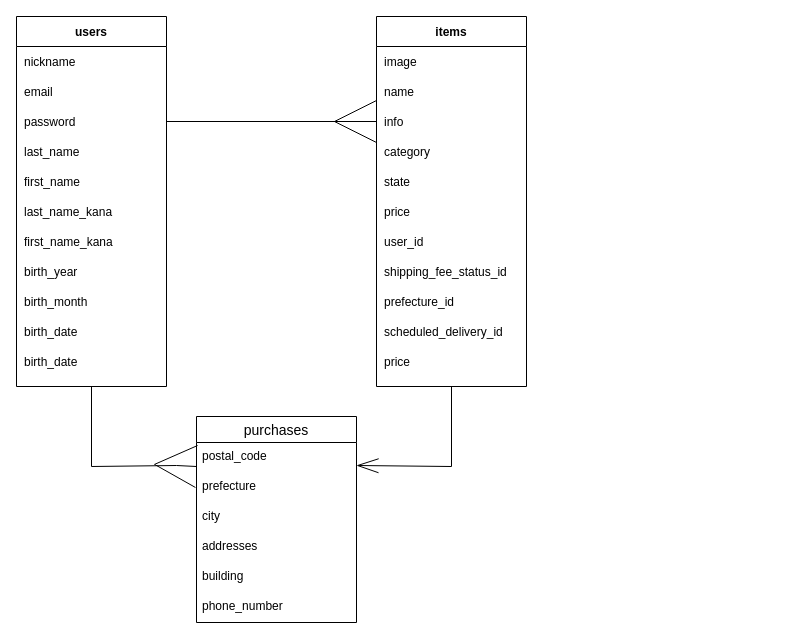
The draw.io diagram ER.dio in yokichioshima/furima-37359, before the edit. Source tidied: cells renumbered, new cells numbered last; positions are measured from the earlier drawing's top-left corner, leaving out a move shared by most shapes. Both pictures are drawn from the tidied source at 100%, with x=0, y=0 at pixel (16, 16).
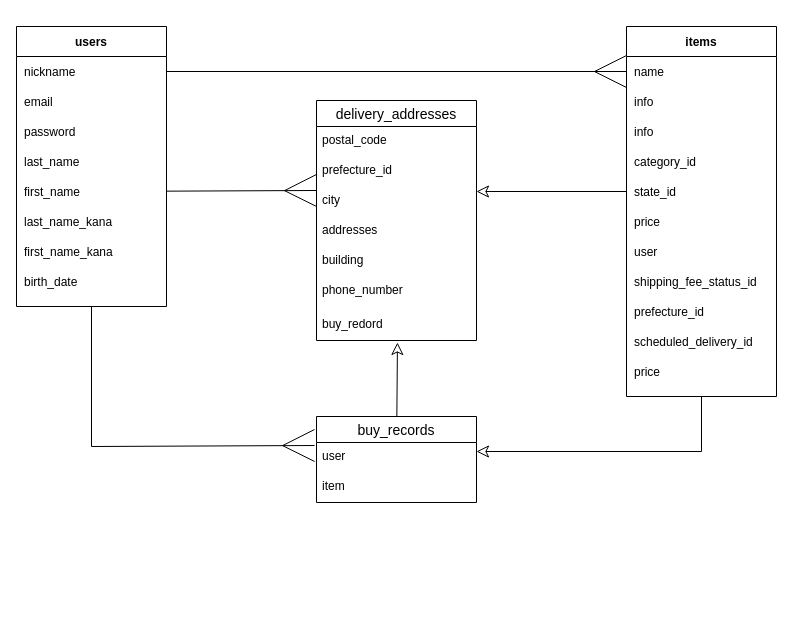
After the change.

Commit message (it also covers changes not shown here):
ER図とREADMEファイルの修正1

The change refers to these unchanged cells:
```xml
<mxCell id="4" style="shape=partialRectangle;fillColor=none;top=0;left=0;bottom=0;right=0;points=[[0,0.5],[1,0.5]];portConstraint=eastwest;" parent="3" vertex="1">
  <mxGeometry y="30" width="150" height="30" as="geometry" />
</mxCell>
<mxCell id="8" style="shape=partialRectangle;fillColor=none;top=0;left=0;bottom=0;right=0;points=[[0,0.5],[1,0.5]];portConstraint=eastwest;" parent="3" vertex="1">
  <mxGeometry y="90" width="150" height="30" as="geometry" />
</mxCell>
<mxCell id="12" style="shape=partialRectangle;fillColor=none;top=0;left=0;bottom=0;right=0;points=[[0,0.5],[1,0.5]];portConstraint=eastwest;" parent="3" vertex="1">
  <mxGeometry y="150" width="150" height="30" as="geometry" />
</mxCell>
<mxCell id="32" style="shape=partialRectangle;fillColor=none;top=0;left=0;bottom=0;right=0;points=[[0,0.5],[1,0.5]];portConstraint=eastwest;" parent="27" vertex="1">
  <mxGeometry y="90" width="150" height="30" as="geometry" />
</mxCell>
<mxCell id="34" style="shape=partialRectangle;fillColor=none;top=0;left=0;bottom=0;right=0;" parent="27" vertex="1">
  <mxGeometry y="120" width="150" height="30" as="geometry" />
</mxCell>
<mxCell id="36" style="shape=partialRectangle;fillColor=none;top=0;left=0;bottom=0;right=0;points=[[0,0.5],[1,0.5]];portConstraint=eastwest;" parent="27" vertex="1">
  <mxGeometry y="150" width="150" height="30" as="geometry" />
</mxCell>
<mxCell id="40" style="shape=partialRectangle;fillColor=none;top=0;left=0;bottom=0;right=0;" parent="27" vertex="1">
  <mxGeometry y="210" width="150" height="30" as="geometry" />
</mxCell>
```

The edit, as a diff of the source:
```diff
@@
-    <mxCell id="2" style="edgeStyle=none;html=1;exitX=0.5;exitY=1;exitDx=0;exitDy=0;startArrow=none;startFill=0;endArrow=ERmany;endFill=0;endSize=40;targetPerimeterSpacing=0;entryX=0;entryY=0.8;entryDx=0;entryDy=0;entryPerimeter=0;rounded=0;" parent="1" edge="1" source="3" target="52">
+    <mxCell id="2" style="edgeStyle=none;html=1;endArrow=ERmany;endFill=0;endSize=30;entryX=-0.012;entryY=0.1;entryDx=0;entryDy=0;entryPerimeter=0;rounded=0;" parent="1" edge="1" source="3" target="52">
       <mxGeometry relative="1" as="geometry">
         <Array as="points">
-          <mxPoint x="75" y="450" />
-          <mxPoint x="160" y="449" />
+          <mxPoint x="75" y="430" />
         </Array>
       </mxGeometry>
     </mxCell>
     <mxCell id="3" value="users" style="shape=table;startSize=30;childLayout=tableLayout;rowLines=0;fontStyle=1;align=center;" parent="1" vertex="1">
-      <mxGeometry width="150" height="370" as="geometry" />
+      <mxGeometry y="10" width="150" height="280" as="geometry" />
     </mxCell>
@@
-    <mxCell id="18" style="shape=partialRectangle;fillColor=none;top=0;left=0;bottom=0;right=0;" parent="3" vertex="1">
-      <mxGeometry y="240" width="150" height="30" as="geometry" />
-    </mxCell>
-    <mxCell id="19" value="birth_year" style="shape=partialRectangle;fillColor=none;top=0;left=0;bottom=0;right=0;align=left;spacingLeft=6;overflow=hidden;" parent="18" vertex="1">
-      <mxGeometry width="150" height="30" as="geometry" />
-    </mxCell>
-    <mxCell id="20" style="shape=partialRectangle;fillColor=none;top=0;left=0;bottom=0;right=0;" parent="3" vertex="1">
-      <mxGeometry y="270" width="150" height="30" as="geometry" />
-    </mxCell>
-    <mxCell id="21" value="birth_month" style="shape=partialRectangle;fillColor=none;top=0;left=0;bottom=0;right=0;align=left;spacingLeft=6;overflow=hidden;" parent="20" vertex="1">
-      <mxGeometry width="150" height="30" as="geometry" />
-    </mxCell>
-    <mxCell id="22" style="shape=partialRectangle;fillColor=none;top=0;left=0;bottom=0;right=0;" parent="3" vertex="1">
-      <mxGeometry y="300" width="150" height="30" as="geometry" />
-    </mxCell>
-    <mxCell id="23" value="birth_date" style="shape=partialRectangle;fillColor=none;top=0;left=0;bottom=0;right=0;align=left;spacingLeft=6;overflow=hidden;" parent="22" vertex="1">
-      <mxGeometry width="150" height="30" as="geometry" />
-    </mxCell>
     <mxCell id="24" style="shape=partialRectangle;fillColor=none;top=0;left=0;bottom=0;right=0;" parent="3" vertex="1">
-      <mxGeometry y="330" width="150" height="30" as="geometry" />
+      <mxGeometry y="240" width="150" height="30" as="geometry" />
     </mxCell>
@@
-    <mxCell id="26" style="edgeStyle=none;rounded=0;html=1;exitX=0.5;exitY=1;exitDx=0;exitDy=0;startArrow=none;startFill=0;endArrow=openThin;endFill=0;endSize=20;targetPerimeterSpacing=0;entryX=1;entryY=0.767;entryDx=0;entryDy=0;entryPerimeter=0;" parent="1" edge="1" source="27" target="52">
-      <mxGeometry relative="1" as="geometry">
-        <Array as="points">
-          <mxPoint x="435" y="450" />
-        </Array>
-      </mxGeometry>
-    </mxCell>
     <mxCell id="27" value="items" style="shape=table;startSize=30;childLayout=tableLayout;rowLines=0;fontStyle=1;align=center;" parent="1" vertex="1">
-      <mxGeometry x="360" width="150" height="370" as="geometry" />
+      <mxGeometry x="610" y="10" width="150" height="370" as="geometry" />
     </mxCell>
-    <mxCell id="28" style="shape=partialRectangle;fillColor=none;top=0;left=0;bottom=0;right=0;" parent="27" vertex="1">
-      <mxGeometry y="30" width="150" height="30" as="geometry" />
-    </mxCell>
-    <mxCell id="29" value="image" style="shape=partialRectangle;fillColor=none;top=0;left=0;bottom=0;right=0;align=left;spacingLeft=6;overflow=hidden;" parent="28" vertex="1">
-      <mxGeometry width="150" height="30" as="geometry" />
-    </mxCell>
     <mxCell id="30" style="shape=partialRectangle;fillColor=none;top=0;left=0;bottom=0;right=0;points=[[0,0.5],[1,0.5]];portConstraint=eastwest;" parent="27" vertex="1">
-      <mxGeometry y="60" width="150" height="30" as="geometry" />
+      <mxGeometry y="30" width="150" height="30" as="geometry" />
     </mxCell>
@@
+    <mxCell id="58" style="shape=partialRectangle;fillColor=none;top=0;left=0;bottom=0;right=0;" parent="27" vertex="1">
+      <mxGeometry y="60" width="150" height="30" as="geometry" />
+    </mxCell>
+    <mxCell id="59" value="info" style="shape=partialRectangle;fillColor=none;top=0;left=0;bottom=0;right=0;align=left;spacingLeft=6;overflow=hidden;" parent="58" vertex="1">
+      <mxGeometry width="150" height="30" as="geometry" />
+    </mxCell>
@@
-    <mxCell id="35" value="category" style="shape=partialRectangle;fillColor=none;top=0;left=0;bottom=0;right=0;align=left;spacingLeft=6;overflow=hidden;" parent="34" vertex="1">
+    <mxCell id="35" value="category_id" style="shape=partialRectangle;fillColor=none;top=0;left=0;bottom=0;right=0;align=left;spacingLeft=6;overflow=hidden;" parent="34" vertex="1">
       <mxGeometry width="150" height="30" as="geometry" />
     </mxCell>
@@
-    <mxCell id="37" value="state" style="shape=partialRectangle;fillColor=none;top=0;left=0;bottom=0;right=0;align=left;spacingLeft=6;overflow=hidden;" parent="36" vertex="1">
+    <mxCell id="37" value="state_id" style="shape=partialRectangle;fillColor=none;top=0;left=0;bottom=0;right=0;align=left;spacingLeft=6;overflow=hidden;" parent="36" vertex="1">
       <mxGeometry width="150" height="30" as="geometry" />
     </mxCell>
@@
-    <mxCell id="41" value="user_id" style="shape=partialRectangle;fillColor=none;top=0;left=0;bottom=0;right=0;align=left;spacingLeft=6;overflow=hidden;" parent="40" vertex="1">
+    <mxCell id="41" value="user" style="shape=partialRectangle;fillColor=none;top=0;left=0;bottom=0;right=0;align=left;spacingLeft=6;overflow=hidden;" parent="40" vertex="1">
       <mxGeometry width="150" height="30" as="geometry" />
     </mxCell>
@@
-    <mxCell id="50" style="edgeStyle=none;html=1;exitX=1;exitY=0.5;exitDx=0;exitDy=0;targetPerimeterSpacing=0;endSize=40;startArrow=none;startFill=0;endArrow=ERmany;endFill=0;" parent="1" edge="1" source="8" target="32">
-      <mxGeometry relative="1" as="geometry" />
-    </mxCell>
+    <mxCell id="60" style="edgeStyle=none;html=1;endArrow=classic;endFill=0;endSize=10;entryX=0.506;entryY=1.067;entryDx=0;entryDy=0;entryPerimeter=0;" parent="1" edge="1" source="51" target="64">
+      <mxGeometry relative="1" as="geometry" />
+    </mxCell>
-    <mxCell id="51" value="purchases" style="swimlane;fontStyle=0;horizontal=1;startSize=26;align=center;fontSize=14;" parent="1" vertex="1">
-      <mxGeometry x="180" y="400" width="160" height="206" as="geometry" />
+    <mxCell id="51" value="buy_records" style="swimlane;fontStyle=0;horizontal=1;startSize=26;align=center;fontSize=14;" parent="1" vertex="1">
+      <mxGeometry x="300" y="400" width="160" height="86" as="geometry" />
     </mxCell>
-    <mxCell id="52" value="postal_code" style="text;strokeColor=none;fillColor=none;spacingLeft=4;spacingRight=4;overflow=hidden;points=[[0,0.5],[1,0.5]];portConstraint=eastwest;fontSize=12;" parent="51" vertex="1">
+    <mxCell id="52" value="user" style="text;strokeColor=none;fillColor=none;spacingLeft=4;spacingRight=4;overflow=hidden;points=[[0,0.5],[1,0.5]];portConstraint=eastwest;fontSize=12;" parent="51" vertex="1">
       <mxGeometry y="26" width="160" height="30" as="geometry" />
     </mxCell>
-    <mxCell id="53" value="prefecture" style="text;strokeColor=none;fillColor=none;spacingLeft=4;spacingRight=4;overflow=hidden;fontSize=12;" parent="51" vertex="1">
+    <mxCell id="53" value="item" style="text;strokeColor=none;fillColor=none;spacingLeft=4;spacingRight=4;overflow=hidden;fontSize=12;" parent="51" vertex="1">
       <mxGeometry y="56" width="160" height="30" as="geometry" />
     </mxCell>
+    <mxCell id="61" value="delivery_addresses" style="swimlane;fontStyle=0;horizontal=1;startSize=26;align=center;fontSize=14;" parent="1" vertex="1">
+      <mxGeometry x="300" y="84" width="160" height="240" as="geometry" />
+    </mxCell>
+    <mxCell id="62" value="postal_code" style="text;strokeColor=none;fillColor=none;spacingLeft=4;spacingRight=4;overflow=hidden;fontSize=12;" parent="61" vertex="1">
+      <mxGeometry y="26" width="160" height="30" as="geometry" />
+    </mxCell>
+    <mxCell id="63" value="prefecture_id" style="text;strokeColor=none;fillColor=none;spacingLeft=4;spacingRight=4;overflow=hidden;fontSize=12;" parent="61" vertex="1">
+      <mxGeometry y="56" width="160" height="30" as="geometry" />
+    </mxCell>
-    <mxCell id="54" value="city" style="text;strokeColor=none;fillColor=none;spacingLeft=4;spacingRight=4;overflow=hidden;points=[[0,0.5],[1,0.5]];portConstraint=eastwest;fontSize=12;" parent="51" vertex="1">
+    <mxCell id="54" value="city" style="text;strokeColor=none;fillColor=none;spacingLeft=4;spacingRight=4;overflow=hidden;points=[[0,0.5],[1,0.5]];portConstraint=eastwest;fontSize=12;" parent="61" vertex="1">
       <mxGeometry y="86" width="160" height="30" as="geometry" />
     </mxCell>
-    <mxCell id="55" value="addresses" style="text;strokeColor=none;fillColor=none;spacingLeft=4;spacingRight=4;overflow=hidden;fontSize=12;" parent="51" vertex="1">
+    <mxCell id="55" value="addresses" style="text;strokeColor=none;fillColor=none;spacingLeft=4;spacingRight=4;overflow=hidden;fontSize=12;" parent="61" vertex="1">
       <mxGeometry y="116" width="160" height="30" as="geometry" />
     </mxCell>
-    <mxCell id="56" value="building" style="text;strokeColor=none;fillColor=none;spacingLeft=4;spacingRight=4;overflow=hidden;fontSize=12;" parent="51" vertex="1">
+    <mxCell id="56" value="building" style="text;strokeColor=none;fillColor=none;spacingLeft=4;spacingRight=4;overflow=hidden;fontSize=12;" parent="61" vertex="1">
       <mxGeometry y="146" width="160" height="30" as="geometry" />
     </mxCell>
-    <mxCell id="57" value="phone_number" style="text;strokeColor=none;fillColor=none;spacingLeft=4;spacingRight=4;overflow=hidden;fontSize=12;" parent="51" vertex="1">
-      <mxGeometry y="176" width="160" height="30" as="geometry" />
+    <mxCell id="57" value="phone_number" style="text;strokeColor=none;fillColor=none;spacingLeft=4;spacingRight=4;overflow=hidden;fontSize=12;" parent="61" vertex="1">
+      <mxGeometry y="176" width="160" height="34" as="geometry" />
     </mxCell>
+    <mxCell id="64" value="buy_redord" style="text;strokeColor=none;fillColor=none;spacingLeft=4;spacingRight=4;overflow=hidden;points=[[0,0.5],[1,0.5]];portConstraint=eastwest;fontSize=12;" parent="61" vertex="1">
+      <mxGeometry y="210" width="160" height="30" as="geometry" />
+    </mxCell>
+    <mxCell id="65" style="edgeStyle=none;html=1;endArrow=ERmany;endFill=0;endSize=30;" parent="1" edge="1" source="4" target="30">
+      <mxGeometry relative="1" as="geometry" />
+    </mxCell>
+    <mxCell id="66" style="edgeStyle=none;html=1;entryX=0;entryY=0.133;entryDx=0;entryDy=0;entryPerimeter=0;endArrow=ERmany;endFill=0;endSize=30;" parent="1" edge="1" source="12" target="54">
+      <mxGeometry relative="1" as="geometry" />
+    </mxCell>
+    <mxCell id="67" style="edgeStyle=none;html=1;entryX=1;entryY=0.3;entryDx=0;entryDy=0;entryPerimeter=0;endArrow=classic;endFill=0;endSize=10;rounded=0;" parent="1" edge="1" target="52">
+      <mxGeometry relative="1" as="geometry">
+        <mxPoint x="685" y="380" as="sourcePoint" />
+        <Array as="points">
+          <mxPoint x="685" y="435" />
+        </Array>
+      </mxGeometry>
+    </mxCell>
+    <mxCell id="68" style="edgeStyle=none;html=1;entryX=1;entryY=0.167;entryDx=0;entryDy=0;entryPerimeter=0;endArrow=classic;endFill=0;endSize=10;" parent="1" edge="1" source="36" target="54">
+      <mxGeometry relative="1" as="geometry" />
+    </mxCell>
```
